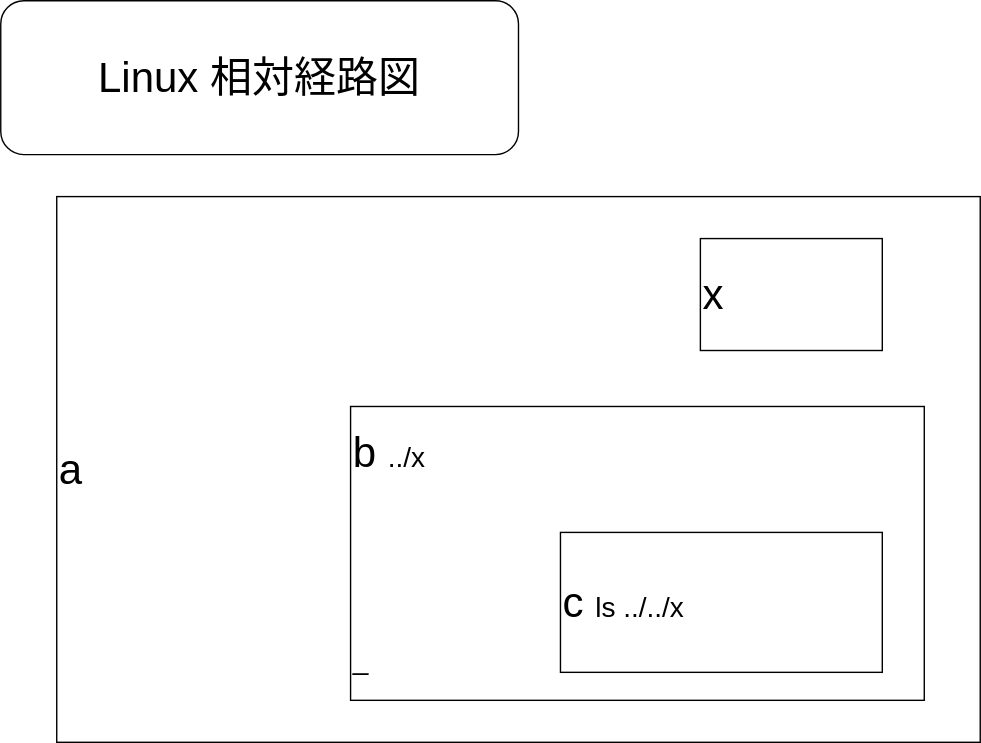
Above: 202410/drawio/linux_cd.drawio.svg in Yoshiki217/Linux_prctice (draw.io), before the change. Source tidied: cells renumbered, new cells last; positions are measured from the earlier drawing's top-left corner, leaving out a move shared by most shapes.
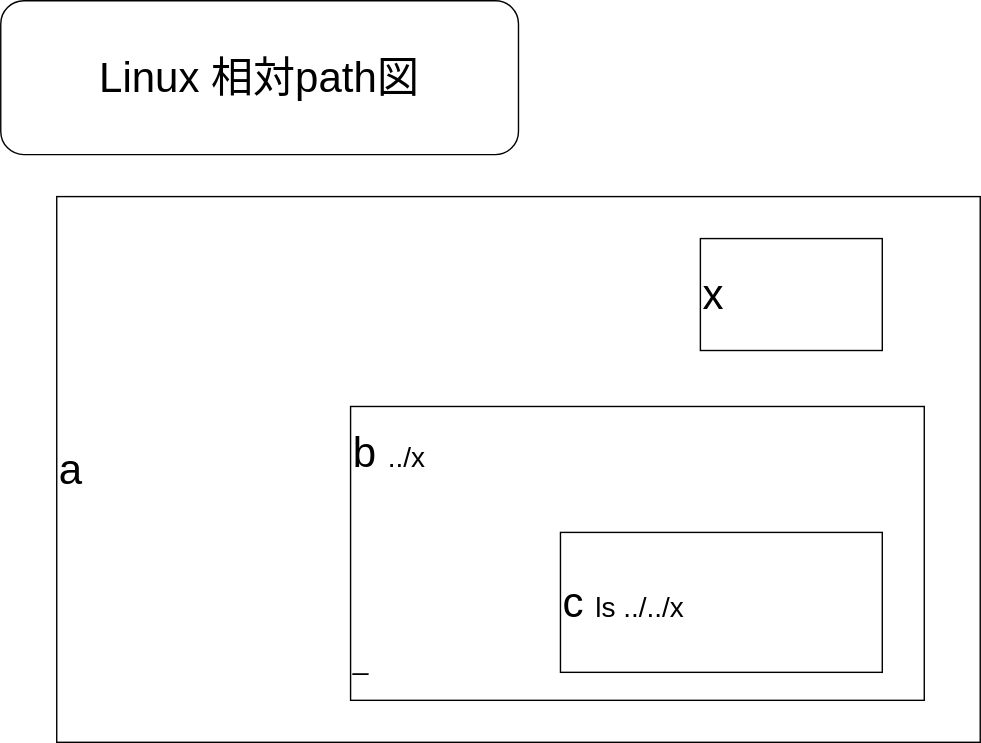
After the commit.

Commit message:
add context and shosiki

Change to the diagram source:
```diff
@@ -14,7 +14,7 @@
     <mxCell id="5" value="&amp;nbsp; c　　&amp;nbsp; &amp;nbsp;&lt;font style=&quot;font-size: 20px;&quot;&gt;ls ../../x&lt;/font&gt;" style="rounded=0;whiteSpace=wrap;html=1;fontSize=30;align=left;" parent="1" vertex="1">
       <mxGeometry x="400" y="380" width="230" height="100" as="geometry" />
     </mxCell>
-    <mxCell id="6" value="Linux 相対経路図" style="rounded=1;whiteSpace=wrap;html=1;fontSize=30;" parent="1" vertex="1">
+    <mxCell id="6" value="Linux 相対path図" style="rounded=1;whiteSpace=wrap;html=1;fontSize=30;" parent="1" vertex="1">
       <mxGeometry width="370" height="110" as="geometry" />
     </mxCell>
   </root>
```
